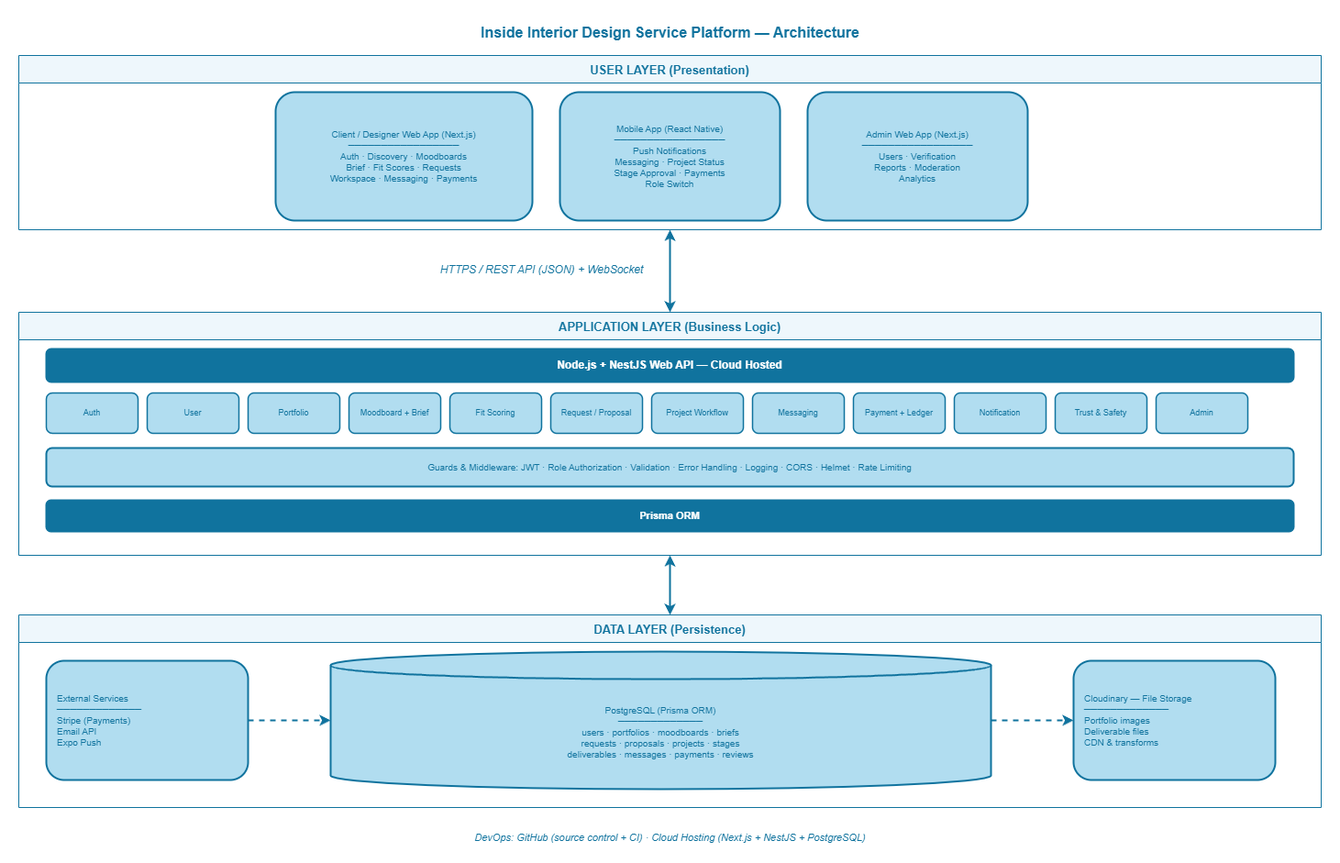
MNSBaanu/Inside keeps this draw.io diagram as docs/Proposal/diagrams/Detailed AD.drawio.png. Above is the earlier version. Source tidied: cells renumbered, new cells last; positions are measured from the earlier drawing's top-left corner, leaving out a move shared by most shapes. Source of this version:
```xml
<mxGraphModel>
  <root>
    <mxCell id="0" />
    <mxCell id="1" parent="0" />
    <mxCell id="2" value="Inside Interior Design Service Platform — Architecture" style="text;html=1;strokeColor=none;fillColor=none;align=center;verticalAlign=middle;fontSize=16;fontStyle=1;fontColor=#10739e;" parent="1" vertex="1">
      <mxGeometry x="260" width="900" height="30" as="geometry" />
    </mxCell>
    <mxCell id="3" value="USER LAYER (Presentation)" style="swimlane;startSize=30;fillColor=#eef7fc;strokeColor=#10739e;fontStyle=1;fontSize=13;fontColor=#10739e;" parent="1" vertex="1">
      <mxGeometry y="40" width="1420" height="190" as="geometry" />
    </mxCell>
    <mxCell id="4" value="Client / Designer Web App (Next.js)&lt;br&gt;─────────────────&lt;br&gt;Auth · Discovery · Moodboards&lt;br&gt;Brief · Fit Scores · Requests&lt;br&gt;Workspace · Messaging · Payments" style="rounded=1;whiteSpace=wrap;html=1;fillColor=#b1ddf0;strokeColor=#10739e;strokeWidth=2;align=center;fontSize=10;fontColor=#10739e;" parent="3" vertex="1">
      <mxGeometry x="280" y="40" width="280" height="140" as="geometry" />
    </mxCell>
    <mxCell id="5" value="Mobile App (React Native)&lt;br&gt;─────────────────&lt;br&gt;Push Notifications&lt;br&gt;Messaging · Project Status&lt;br&gt;Stage Approval · Payments&lt;br&gt;Role Switch" style="rounded=1;whiteSpace=wrap;html=1;fillColor=#b1ddf0;strokeColor=#10739e;strokeWidth=2;align=center;fontSize=10;fontColor=#10739e;" parent="3" vertex="1">
      <mxGeometry x="590" y="40" width="240" height="140" as="geometry" />
    </mxCell>
    <mxCell id="6" value="Admin Web App (Next.js)&lt;br&gt;─────────────────&lt;br&gt;Users · Verification&lt;br&gt;Reports · Moderation&lt;br&gt;Analytics" style="rounded=1;whiteSpace=wrap;html=1;fillColor=#b1ddf0;strokeColor=#10739e;strokeWidth=2;align=center;fontSize=10;fontColor=#10739e;" parent="3" vertex="1">
      <mxGeometry x="860" y="40" width="240" height="140" as="geometry" />
    </mxCell>
    <mxCell id="7" value="HTTPS / REST API (JSON) + WebSocket" style="text;html=1;strokeColor=none;fillColor=none;align=center;fontSize=12;fontStyle=2;fontColor=#10739e;" parent="1" vertex="1">
      <mxGeometry x="410" y="260" width="320" height="20" as="geometry" />
    </mxCell>
    <mxCell id="8" value="APPLICATION LAYER (Business Logic)" style="swimlane;startSize=30;fillColor=#eef7fc;strokeColor=#10739e;fontStyle=1;fontSize=13;fontColor=#10739e;" parent="1" vertex="1">
      <mxGeometry y="320" width="1420" height="265" as="geometry" />
    </mxCell>
    <mxCell id="9" value="Node.js + NestJS Web API — Cloud Hosted" style="rounded=1;whiteSpace=wrap;html=1;fillColor=#10739e;strokeColor=#10739e;strokeWidth=2;fontStyle=1;fontSize=12;fontColor=#ffffff;" parent="8" vertex="1">
      <mxGeometry x="30" y="40" width="1360" height="36" as="geometry" />
    </mxCell>
    <mxCell id="10" value="Auth" style="rounded=1;whiteSpace=wrap;html=1;fillColor=#b1ddf0;strokeColor=#10739e;strokeWidth=1.5;fontSize=9;fontColor=#10739e;" parent="8" vertex="1">
      <mxGeometry x="30" y="88" width="100" height="44" as="geometry" />
    </mxCell>
    <mxCell id="11" value="User" style="rounded=1;whiteSpace=wrap;html=1;fillColor=#b1ddf0;strokeColor=#10739e;strokeWidth=1.5;fontSize=9;fontColor=#10739e;" parent="8" vertex="1">
      <mxGeometry x="140" y="88" width="100" height="44" as="geometry" />
    </mxCell>
    <mxCell id="12" value="Portfolio" style="rounded=1;whiteSpace=wrap;html=1;fillColor=#b1ddf0;strokeColor=#10739e;strokeWidth=1.5;fontSize=9;fontColor=#10739e;" parent="8" vertex="1">
      <mxGeometry x="250" y="88" width="100" height="44" as="geometry" />
    </mxCell>
    <mxCell id="13" value="Moodboard + Brief" style="rounded=1;whiteSpace=wrap;html=1;fillColor=#b1ddf0;strokeColor=#10739e;strokeWidth=1.5;fontSize=9;fontColor=#10739e;" parent="8" vertex="1">
      <mxGeometry x="360" y="88" width="100" height="44" as="geometry" />
    </mxCell>
    <mxCell id="14" value="Fit Scoring" style="rounded=1;whiteSpace=wrap;html=1;fillColor=#b1ddf0;strokeColor=#10739e;strokeWidth=1.5;fontSize=9;fontColor=#10739e;" parent="8" vertex="1">
      <mxGeometry x="470" y="88" width="100" height="44" as="geometry" />
    </mxCell>
    <mxCell id="15" value="Request / Proposal" style="rounded=1;whiteSpace=wrap;html=1;fillColor=#b1ddf0;strokeColor=#10739e;strokeWidth=1.5;fontSize=9;fontColor=#10739e;" parent="8" vertex="1">
      <mxGeometry x="580" y="88" width="100" height="44" as="geometry" />
    </mxCell>
    <mxCell id="16" value="Project Workflow" style="rounded=1;whiteSpace=wrap;html=1;fillColor=#b1ddf0;strokeColor=#10739e;strokeWidth=1.5;fontSize=9;fontColor=#10739e;" parent="8" vertex="1">
      <mxGeometry x="690" y="88" width="100" height="44" as="geometry" />
    </mxCell>
    <mxCell id="17" value="Messaging" style="rounded=1;whiteSpace=wrap;html=1;fillColor=#b1ddf0;strokeColor=#10739e;strokeWidth=1.5;fontSize=9;fontColor=#10739e;" parent="8" vertex="1">
      <mxGeometry x="800" y="88" width="100" height="44" as="geometry" />
    </mxCell>
    <mxCell id="18" value="Payment + Ledger" style="rounded=1;whiteSpace=wrap;html=1;fillColor=#b1ddf0;strokeColor=#10739e;strokeWidth=1.5;fontSize=9;fontColor=#10739e;" parent="8" vertex="1">
      <mxGeometry x="910" y="88" width="100" height="44" as="geometry" />
    </mxCell>
    <mxCell id="19" value="Notification" style="rounded=1;whiteSpace=wrap;html=1;fillColor=#b1ddf0;strokeColor=#10739e;strokeWidth=1.5;fontSize=9;fontColor=#10739e;" parent="8" vertex="1">
      <mxGeometry x="1020" y="88" width="100" height="44" as="geometry" />
    </mxCell>
    <mxCell id="20" value="Trust &amp; Safety" style="rounded=1;whiteSpace=wrap;html=1;fillColor=#b1ddf0;strokeColor=#10739e;strokeWidth=1.5;fontSize=9;fontColor=#10739e;" parent="8" vertex="1">
      <mxGeometry x="1130" y="88" width="100" height="44" as="geometry" />
    </mxCell>
    <mxCell id="21" value="Admin" style="rounded=1;whiteSpace=wrap;html=1;fillColor=#b1ddf0;strokeColor=#10739e;strokeWidth=1.5;fontSize=9;fontColor=#10739e;" parent="8" vertex="1">
      <mxGeometry x="1240" y="88" width="100" height="44" as="geometry" />
    </mxCell>
    <mxCell id="22" value="Guards &amp; Middleware: JWT · Role Authorization · Validation · Error Handling · Logging · CORS · Helmet · Rate Limiting" style="rounded=1;whiteSpace=wrap;html=1;fillColor=#b1ddf0;strokeColor=#10739e;strokeWidth=2;fontSize=10;fontColor=#10739e;" parent="8" vertex="1">
      <mxGeometry x="30" y="148" width="1360" height="42" as="geometry" />
    </mxCell>
    <mxCell id="23" value="Prisma ORM" style="rounded=1;whiteSpace=wrap;html=1;fillColor=#10739e;strokeColor=#10739e;strokeWidth=2;fontSize=11;fontStyle=1;fontColor=#ffffff;" parent="8" vertex="1">
      <mxGeometry x="30" y="205" width="1360" height="34" as="geometry" />
    </mxCell>
    <mxCell id="24" value="DATA LAYER (Persistence)" style="swimlane;startSize=30;fillColor=#eef7fc;strokeColor=#10739e;fontStyle=1;fontSize=13;fontColor=#10739e;" parent="1" vertex="1">
      <mxGeometry y="650" width="1420" height="210" as="geometry" />
    </mxCell>
    <mxCell id="25" value="External Services&lt;br&gt;─────────────&lt;br&gt;Stripe (Payments)&lt;br&gt;Email API&lt;br&gt;Expo Push" style="rounded=1;whiteSpace=wrap;html=1;fillColor=#b1ddf0;strokeColor=#10739e;strokeWidth=2;align=left;spacingLeft=10;fontSize=10;fontColor=#10739e;" parent="24" vertex="1">
      <mxGeometry x="30" y="50" width="220" height="130" as="geometry" />
    </mxCell>
    <mxCell id="26" value="PostgreSQL (Prisma ORM)&lt;br&gt;─────────────&lt;br&gt;users · portfolios · moodboards · briefs&lt;br&gt;requests · proposals · projects · stages&lt;br&gt;deliverables · messages · payments · reviews" style="shape=cylinder3;whiteSpace=wrap;html=1;boundedLbl=1;backgroundOutline=1;size=15;fillColor=#b1ddf0;strokeColor=#10739e;strokeWidth=2;align=center;fontSize=10;fontColor=#10739e;" parent="24" vertex="1">
      <mxGeometry x="340" y="40" width="720" height="150" as="geometry" />
    </mxCell>
    <mxCell id="27" value="Cloudinary — File Storage&lt;br&gt;─────────────&lt;br&gt;Portfolio images&lt;br&gt;Deliverable files&lt;br&gt;CDN &amp; transforms" style="rounded=1;whiteSpace=wrap;html=1;fillColor=#b1ddf0;strokeColor=#10739e;strokeWidth=2;align=left;spacingLeft=10;fontSize=10;fontColor=#10739e;" parent="24" vertex="1">
      <mxGeometry x="1150" y="50" width="220" height="130" as="geometry" />
    </mxCell>
    <mxCell id="28" value="DevOps: GitHub (source control + CI) · Cloud Hosting (Next.js + NestJS + PostgreSQL)" style="text;html=1;strokeColor=none;fillColor=none;align=center;fontSize=11;fontStyle=2;fontColor=#10739e;" parent="1" vertex="1">
      <mxGeometry x="260" y="880" width="900" height="20" as="geometry" />
    </mxCell>
    <mxCell id="29" style="edgeStyle=orthogonalEdgeStyle;rounded=0;jettySize=auto;html=1;strokeColor=#10739e;strokeWidth=2;dashed=1;" parent="1" edge="1" source="25" target="26">
      <mxGeometry relative="1" as="geometry" />
    </mxCell>
    <mxCell id="30" style="edgeStyle=orthogonalEdgeStyle;rounded=0;jettySize=auto;html=1;strokeColor=#10739e;strokeWidth=2;dashed=1;" parent="1" edge="1" source="26" target="27">
      <mxGeometry relative="1" as="geometry" />
    </mxCell>
    <mxCell id="31" style="edgeStyle=orthogonalEdgeStyle;rounded=0;jettySize=auto;html=1;strokeColor=#10739e;strokeWidth=2;endArrow=classic;startArrow=classic;" parent="1" edge="1" source="3" target="8">
      <mxGeometry relative="1" as="geometry" />
    </mxCell>
    <mxCell id="32" style="edgeStyle=orthogonalEdgeStyle;rounded=0;jettySize=auto;html=1;strokeColor=#10739e;strokeWidth=2;endArrow=classic;startArrow=classic;" parent="1" edge="1" source="8" target="24">
      <mxGeometry relative="1" as="geometry" />
    </mxCell>
  </root>
</mxGraphModel>
```
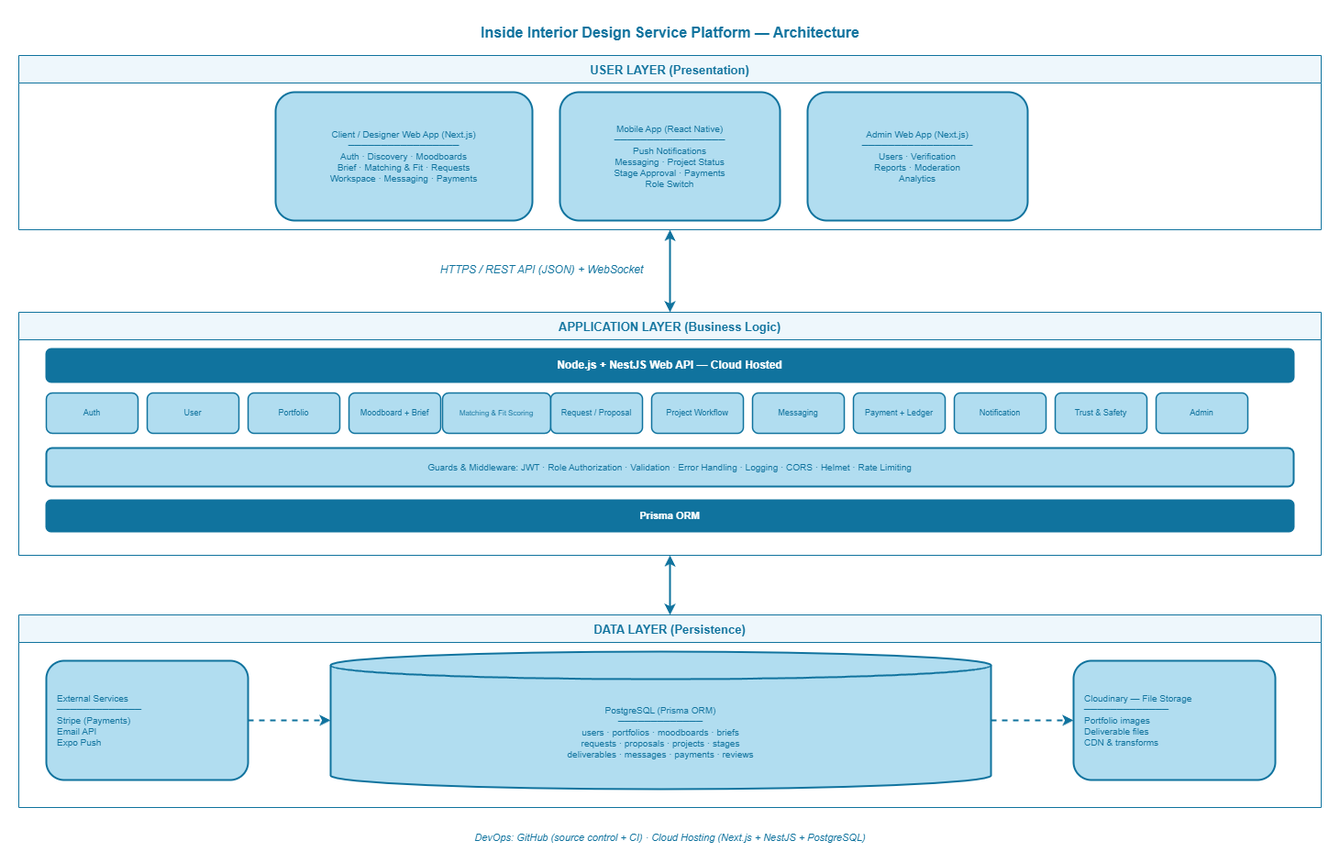
The same diagram one commit later.

Change to the diagram source:
```diff
@@ -8,7 +8,7 @@
     <mxCell id="3" value="USER LAYER (Presentation)" style="swimlane;startSize=30;fillColor=#eef7fc;strokeColor=#10739e;fontStyle=1;fontSize=13;fontColor=#10739e;" parent="1" vertex="1">
       <mxGeometry y="40" width="1420" height="190" as="geometry" />
     </mxCell>
-    <mxCell id="4" value="Client / Designer Web App (Next.js)&lt;br&gt;─────────────────&lt;br&gt;Auth · Discovery · Moodboards&lt;br&gt;Brief · Fit Scores · Requests&lt;br&gt;Workspace · Messaging · Payments" style="rounded=1;whiteSpace=wrap;html=1;fillColor=#b1ddf0;strokeColor=#10739e;strokeWidth=2;align=center;fontSize=10;fontColor=#10739e;" parent="3" vertex="1">
+    <mxCell id="4" value="Client / Designer Web App (Next.js)&lt;br&gt;─────────────────&lt;br&gt;Auth · Discovery · Moodboards&lt;br&gt;Brief · Matching &amp; Fit · Requests&lt;br&gt;Workspace · Messaging · Payments" style="rounded=1;whiteSpace=wrap;html=1;fillColor=#b1ddf0;strokeColor=#10739e;strokeWidth=2;align=center;fontSize=10;fontColor=#10739e;" parent="3" vertex="1">
       <mxGeometry x="280" y="40" width="280" height="140" as="geometry" />
     </mxCell>
     <mxCell id="5" value="Mobile App (React Native)&lt;br&gt;─────────────────&lt;br&gt;Push Notifications&lt;br&gt;Messaging · Project Status&lt;br&gt;Stage Approval · Payments&lt;br&gt;Role Switch" style="rounded=1;whiteSpace=wrap;html=1;fillColor=#b1ddf0;strokeColor=#10739e;strokeWidth=2;align=center;fontSize=10;fontColor=#10739e;" parent="3" vertex="1">
@@ -38,8 +38,8 @@
     <mxCell id="13" value="Moodboard + Brief" style="rounded=1;whiteSpace=wrap;html=1;fillColor=#b1ddf0;strokeColor=#10739e;strokeWidth=1.5;fontSize=9;fontColor=#10739e;" parent="8" vertex="1">
       <mxGeometry x="360" y="88" width="100" height="44" as="geometry" />
     </mxCell>
-    <mxCell id="14" value="Fit Scoring" style="rounded=1;whiteSpace=wrap;html=1;fillColor=#b1ddf0;strokeColor=#10739e;strokeWidth=1.5;fontSize=9;fontColor=#10739e;" parent="8" vertex="1">
-      <mxGeometry x="470" y="88" width="100" height="44" as="geometry" />
+    <mxCell id="14" value="Matching &amp; Fit Scoring" style="rounded=1;whiteSpace=wrap;html=1;fillColor=#b1ddf0;strokeColor=#10739e;strokeWidth=1.5;fontSize=8;fontColor=#10739e;" parent="8" vertex="1">
+      <mxGeometry x="462" y="88" width="118" height="44" as="geometry" />
     </mxCell>
     <mxCell id="15" value="Request / Proposal" style="rounded=1;whiteSpace=wrap;html=1;fillColor=#b1ddf0;strokeColor=#10739e;strokeWidth=1.5;fontSize=9;fontColor=#10739e;" parent="8" vertex="1">
       <mxGeometry x="580" y="88" width="100" height="44" as="geometry" />
```
